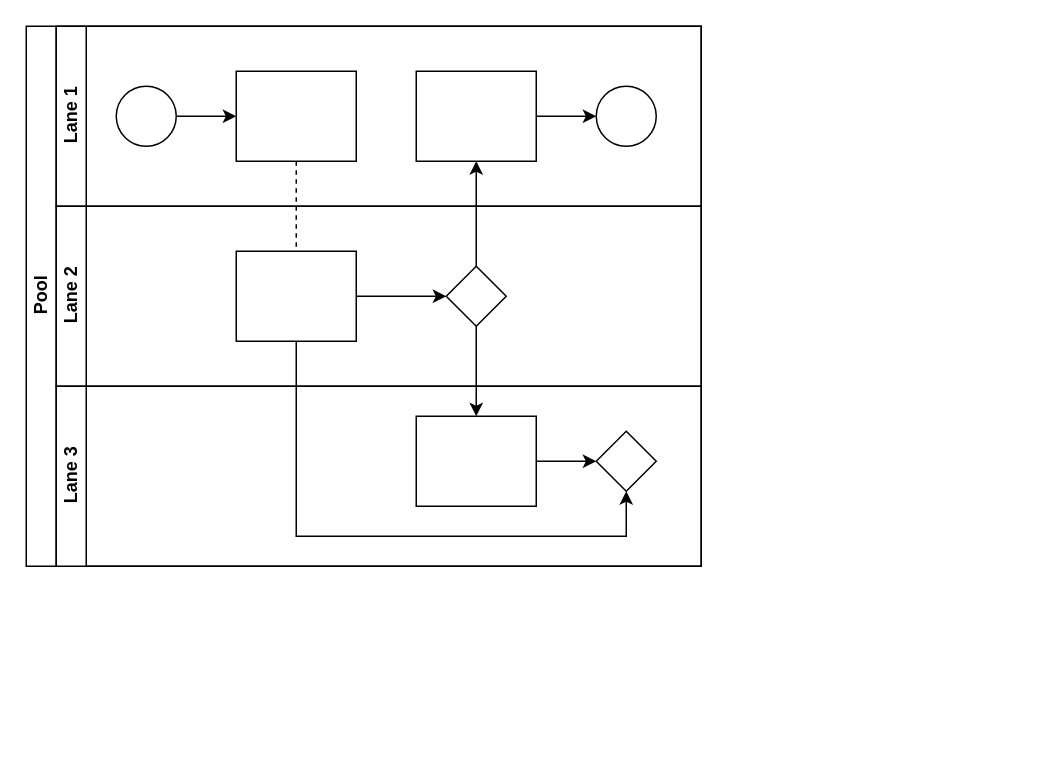
Before: 江门市安全应急智慧平台-六级联动 泳道.drawio in JamesCheungSW/FlowChart-Center, a draw.io diagram. Source tidied: cells renumbered, new cells numbered last; positions are measured from the earlier drawing's top-left corner, leaving out a move shared by most shapes. Both pictures are drawn from the tidied source at 150%, with x=0, y=0 at pixel (26, 26).
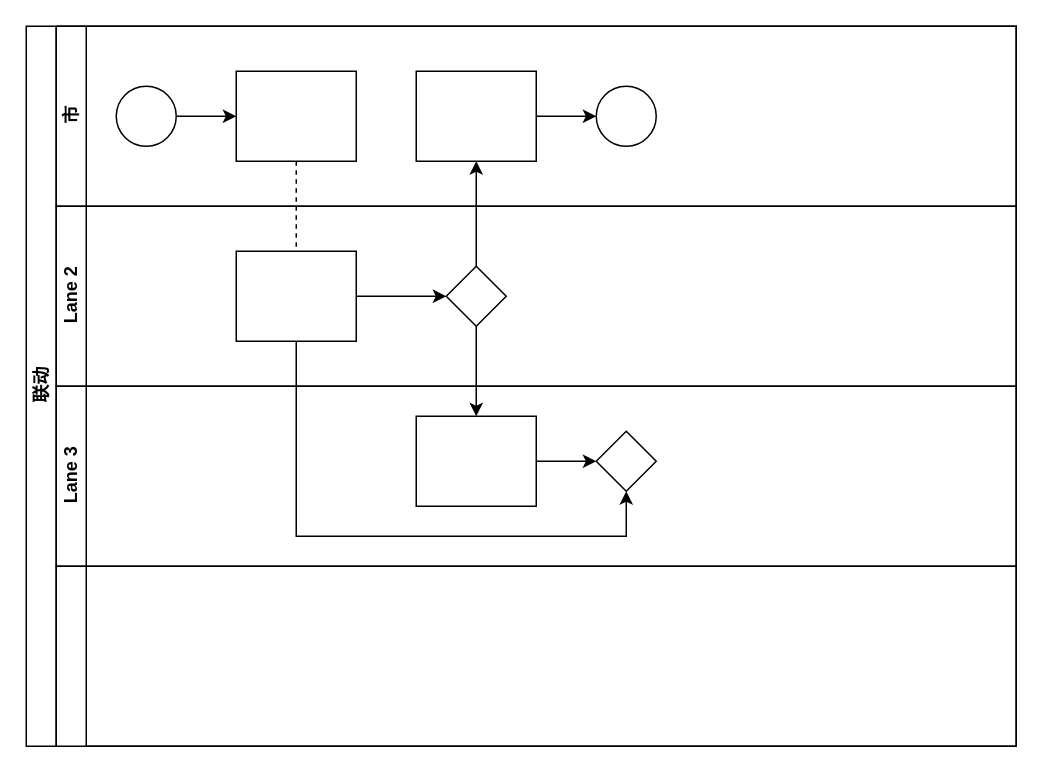
The same page after the edit.

Commit message:
更新江门市安全应急智慧平台-六级联动 泳道.drawio

Change to the diagram source:
```diff
@@
-    <mxCell id="2" value="Pool" style="swimlane;html=1;horizontal=0;startSize=20;" parent="1" vertex="1">
-      <mxGeometry width="450" height="360" as="geometry" />
+    <mxCell id="2" value="联动" style="swimlane;html=1;horizontal=0;startSize=20;" parent="1" vertex="1">
+      <mxGeometry width="660" height="480" as="geometry" />
     </mxCell>
@@
-    <mxCell id="7" value="Lane 1" style="swimlane;html=1;startSize=20;horizontal=0;" parent="2" vertex="1">
-      <mxGeometry x="20" width="430" height="120" as="geometry" />
+    <mxCell id="7" value="&lt;h4&gt;市&lt;/h4&gt;" style="swimlane;html=1;startSize=20;horizontal=0;" parent="2" vertex="1">
+      <mxGeometry x="20" width="640" height="120" as="geometry" />
     </mxCell>
@@
     <mxCell id="14" value="Lane 2" style="swimlane;html=1;startSize=20;horizontal=0;" parent="2" vertex="1">
-      <mxGeometry x="20" y="120" width="430" height="120" as="geometry" />
+      <mxGeometry x="20" y="120" width="640" height="120" as="geometry" />
     </mxCell>
@@
     <mxCell id="18" value="Lane 3" style="swimlane;html=1;startSize=20;horizontal=0;" parent="2" vertex="1">
-      <mxGeometry x="20" y="240" width="430" height="120" as="geometry" />
+      <mxGeometry x="20" y="240" width="640" height="120" as="geometry" />
     </mxCell>
@@
+    <mxCell id="22" style="swimlane;html=1;startSize=20;horizontal=0;" parent="2" vertex="1">
+      <mxGeometry x="20" y="360" width="640" height="120" as="geometry" />
+    </mxCell>
```
